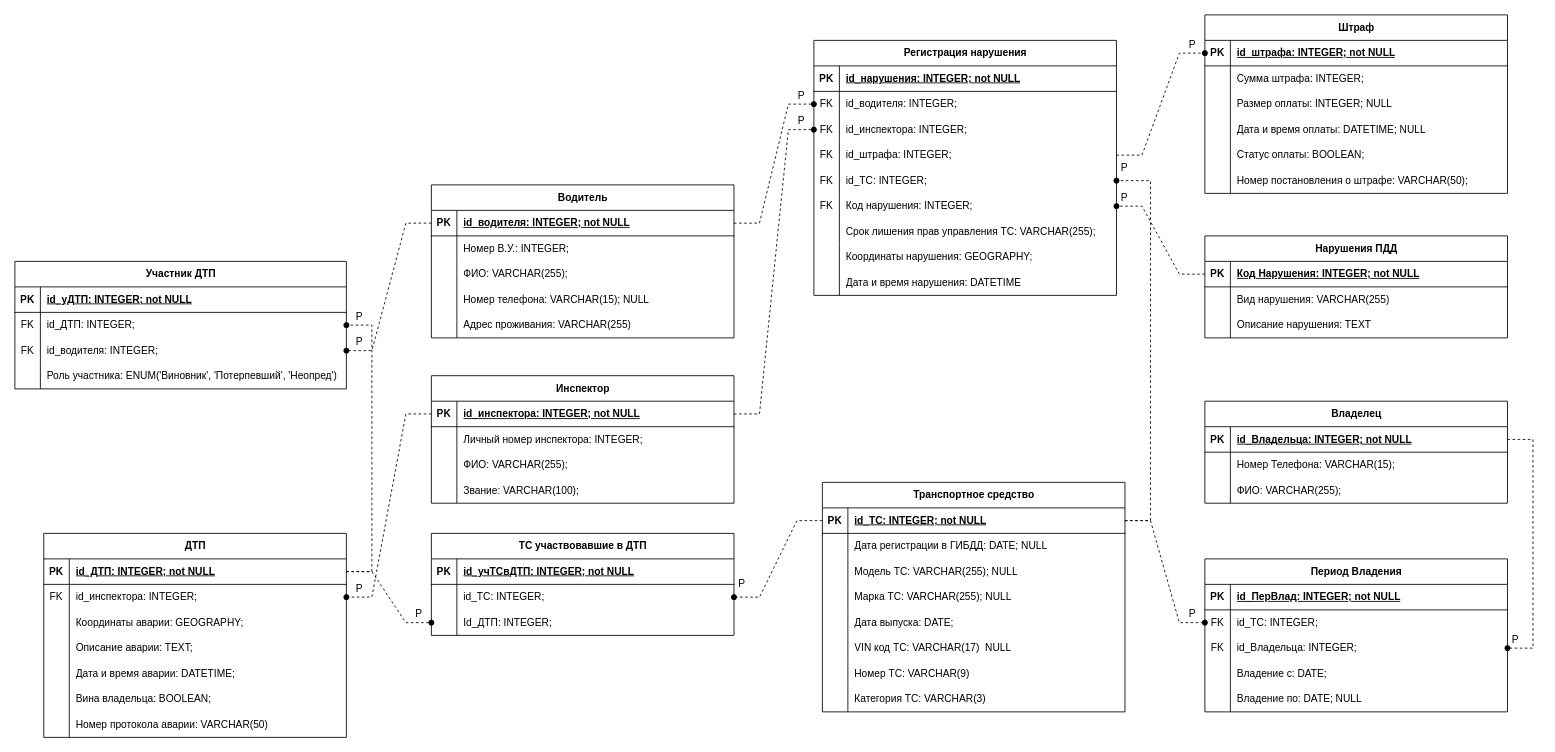
Before: page "Страница — 2" (2 of 2) of Диаграмма без названия.drawio in GAIshnik02/dbLab2, a draw.io diagram. Source tidied: cells renumbered, new cells numbered last; positions are measured from the earlier drawing's top-left corner, leaving out a move shared by most shapes. Both pictures are drawn from the tidied source at 85%, with x=0, y=0 at pixel (14, 14).
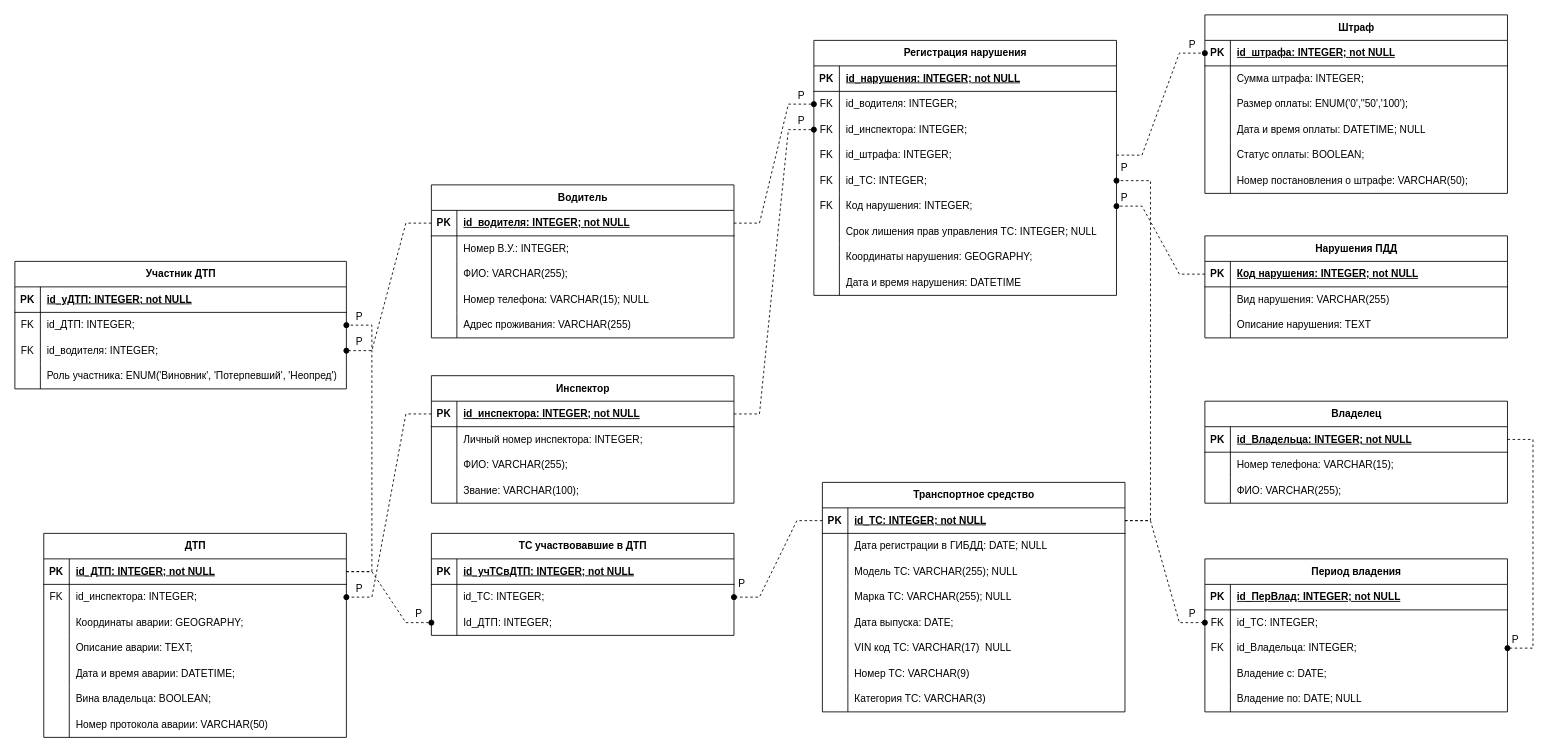
Above is the later version.

The change refers to these unchanged cells:
```xml
<mxCell id="21" style="shape=tableRow;horizontal=0;startSize=0;swimlaneHead=0;swimlaneBody=0;fillColor=none;top=0;left=0;right=0;bottom=0;" parent="2" vertex="1">
  <mxGeometry y="210" width="356" height="30" as="geometry" />
</mxCell>
<mxCell id="31" style="shape=tableRow;horizontal=0;startSize=0;swimlaneHead=0;swimlaneBody=0;fillColor=none;points=[[0,0.5],[1,0.5]];portConstraint=eastwest;top=0;left=0;right=0;bottom=1;" parent="30" vertex="1">
  <mxGeometry y="30" width="356" height="30" as="geometry" />
</mxCell>
<mxCell id="48" style="shape=tableRow;horizontal=0;startSize=0;swimlaneHead=0;swimlaneBody=0;fillColor=none;top=0;left=0;right=0;bottom=0;" parent="41" vertex="1">
  <mxGeometry y="90" width="356" height="30" as="geometry" />
</mxCell>
<mxCell id="138" style="shape=tableRow;horizontal=0;startSize=0;swimlaneHead=0;swimlaneBody=0;fillColor=none;top=0;left=0;right=0;bottom=0;" parent="134" vertex="1">
  <mxGeometry y="60" width="356" height="30" as="geometry" />
</mxCell>
```

What changed in the source:
```diff
@@
-    <mxCell id="23" value="Срок лишения прав управления ТС: VARCHAR(255);" style="shape=partialRectangle;fillColor=none;top=0;left=0;bottom=0;right=0;align=left;spacingLeft=6;overflow=hidden;whiteSpace=wrap;html=1;" parent="21" vertex="1">
+    <mxCell id="23" value="Срок лишения прав управления ТС: INTEGER; NULL" style="shape=partialRectangle;fillColor=none;top=0;left=0;bottom=0;right=0;align=left;spacingLeft=6;overflow=hidden;whiteSpace=wrap;html=1;" parent="21" vertex="1">
       <mxGeometry x="30" width="326" height="30" as="geometry" />
     </mxCell>
@@
-    <mxCell id="33" value="Код Нарушения: INTEGER; not NULL" style="shape=partialRectangle;fillColor=none;top=0;left=0;bottom=0;right=0;align=left;spacingLeft=6;fontStyle=5;overflow=hidden;whiteSpace=wrap;html=1;" parent="31" vertex="1">
+    <mxCell id="33" value="Код нарушения: INTEGER; not NULL" style="shape=partialRectangle;fillColor=none;top=0;left=0;bottom=0;right=0;align=left;spacingLeft=6;fontStyle=5;overflow=hidden;whiteSpace=wrap;html=1;" parent="31" vertex="1">
       <mxGeometry x="30" width="326" height="30" as="geometry" />
     </mxCell>
@@
-    <mxCell id="50" value="Размер оплаты: INTEGER; NULL" style="shape=partialRectangle;fillColor=none;top=0;left=0;bottom=0;right=0;align=left;spacingLeft=6;overflow=hidden;whiteSpace=wrap;html=1;" parent="48" vertex="1">
+    <mxCell id="50" value="Размер оплаты: ENUM('0',''50','100');&amp;nbsp;" style="shape=partialRectangle;fillColor=none;top=0;left=0;bottom=0;right=0;align=left;spacingLeft=6;overflow=hidden;whiteSpace=wrap;html=1;" parent="48" vertex="1">
       <mxGeometry x="30" width="326" height="30" as="geometry" />
     </mxCell>
@@
-    <mxCell id="118" value="Период Владения" style="shape=table;startSize=30;childLayout=tableLayout;rowLines=0;fontStyle=1;align=center;html=1;" parent="1" vertex="1">
+    <mxCell id="118" value="Период владения" style="shape=table;startSize=30;childLayout=tableLayout;rowLines=0;fontStyle=1;align=center;html=1;" parent="1" vertex="1">
       <mxGeometry x="1400" y="640" width="356" height="180" as="geometry" />
     </mxCell>
@@
-    <mxCell id="140" value="Номер Телефона: VARCHAR(15);" style="shape=partialRectangle;fillColor=none;top=0;left=0;bottom=0;right=0;align=left;spacingLeft=6;overflow=hidden;whiteSpace=wrap;html=1;" parent="138" vertex="1">
+    <mxCell id="140" value="Номер телефона: VARCHAR(15);" style="shape=partialRectangle;fillColor=none;top=0;left=0;bottom=0;right=0;align=left;spacingLeft=6;overflow=hidden;whiteSpace=wrap;html=1;" parent="138" vertex="1">
       <mxGeometry x="30" width="326" height="30" as="geometry" />
     </mxCell>
```
